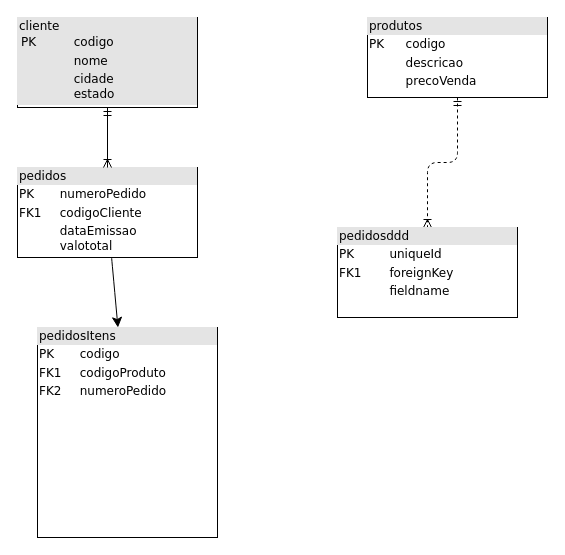
Before: Diagrama sem título.drawio in Ronierys2/diagramas_Tabelas, a draw.io diagram. Source tidied: cells renumbered, new cells numbered last; positions are measured from the earlier drawing's top-left corner, leaving out a move shared by most shapes. Both pictures are drawn from the tidied source at 100%, with x=0, y=0 at pixel (17, 17).
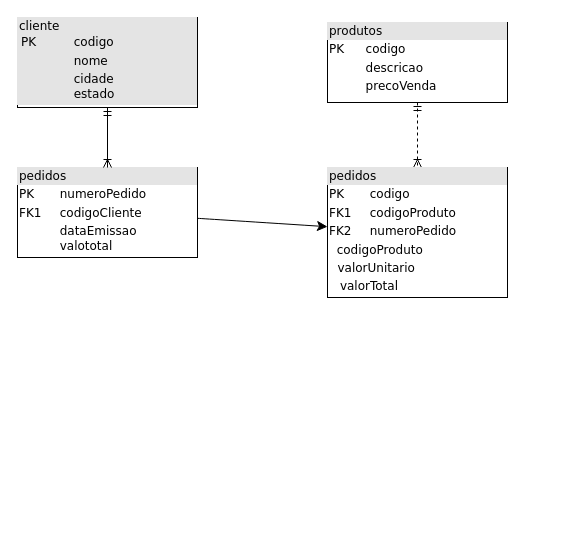
The same page after the edit.

Change to the diagram source:
```diff
@@
 <mxGraphModel>
   <root>
     <mxCell id="0" />
     <mxCell id="1" parent="0" />
     <mxCell id="2" value="&lt;div style=&quot;box-sizing:border-box;width:100%;background:#e4e4e4;padding:2px;&quot;&gt;cliente&lt;table style=&quot;background-color: initial; font-size: 1em; width: 100%;&quot; cellpadding=&quot;2&quot; cellspacing=&quot;0&quot;&gt;&lt;tbody&gt;&lt;tr&gt;&lt;td&gt;PK&lt;/td&gt;&lt;td&gt;codigo&lt;/td&gt;&lt;/tr&gt;&lt;tr&gt;&lt;td&gt;&lt;br&gt;&lt;/td&gt;&lt;td&gt;nome&lt;/td&gt;&lt;/tr&gt;&lt;tr&gt;&lt;td&gt;&lt;/td&gt;&lt;td&gt;cidade&lt;br&gt;estado&lt;/td&gt;&lt;/tr&gt;&lt;/tbody&gt;&lt;/table&gt;&lt;/div&gt;" style="verticalAlign=top;align=left;overflow=fill;html=1;rounded=0;shadow=0;comic=0;labelBackgroundColor=none;strokeWidth=1;fontFamily=Verdana;fontSize=12;" parent="1" vertex="1">
       <mxGeometry width="180" height="90" as="geometry" />
     </mxCell>
-    <mxCell id="3" style="edgeStyle=orthogonalEdgeStyle;html=1;dashed=1;labelBackgroundColor=none;startArrow=ERmandOne;endArrow=ERoneToMany;fontFamily=Verdana;fontSize=12;align=left;" parent="1" edge="1" source="4" target="7">
+    <mxCell id="3" style="edgeStyle=orthogonalEdgeStyle;html=1;dashed=1;labelBackgroundColor=none;startArrow=ERmandOne;endArrow=ERoneToMany;fontFamily=Verdana;fontSize=12;align=left;" parent="1" edge="1" source="4" target="10">
       <mxGeometry relative="1" as="geometry" />
     </mxCell>
     <mxCell id="4" value="&lt;div style=&quot;box-sizing: border-box ; width: 100% ; background: #e4e4e4 ; padding: 2px&quot;&gt;produtos&lt;/div&gt;&lt;table style=&quot;width: 100% ; font-size: 1em&quot; cellpadding=&quot;2&quot; cellspacing=&quot;0&quot;&gt;&lt;tbody&gt;&lt;tr&gt;&lt;td&gt;PK&lt;/td&gt;&lt;td&gt;codigo&lt;/td&gt;&lt;/tr&gt;&lt;tr&gt;&lt;td&gt;&lt;br&gt;&lt;/td&gt;&lt;td&gt;descricao&lt;/td&gt;&lt;/tr&gt;&lt;tr&gt;&lt;td&gt;&lt;/td&gt;&lt;td&gt;precoVenda&lt;/td&gt;&lt;/tr&gt;&lt;tr&gt;&lt;td&gt;&lt;br&gt;&lt;/td&gt;&lt;td&gt;&lt;/td&gt;&lt;/tr&gt;&lt;tr&gt;&lt;td&gt;&lt;/td&gt;&lt;td&gt;&lt;br&gt;&lt;/td&gt;&lt;/tr&gt;&lt;tr&gt;&lt;td&gt;&lt;br&gt;&lt;/td&gt;&lt;td&gt;&lt;br&gt;&lt;/td&gt;&lt;/tr&gt;&lt;/tbody&gt;&lt;/table&gt;" style="verticalAlign=top;align=left;overflow=fill;html=1;rounded=0;shadow=0;comic=0;labelBackgroundColor=none;strokeWidth=1;fontFamily=Verdana;fontSize=12;" parent="1" vertex="1">
-      <mxGeometry x="350" width="180" height="80" as="geometry" />
+      <mxGeometry x="310" y="5" width="180" height="80" as="geometry" />
     </mxCell>
-    <mxCell id="5" style="edgeStyle=none;curved=1;rounded=0;jettySize=auto;html=1;fontSize=12;startSize=8;endSize=8;" parent="1" edge="1" source="6" target="9">
+    <mxCell id="5" style="edgeStyle=none;curved=1;rounded=0;jettySize=auto;html=1;fontSize=12;startSize=8;endSize=8;" parent="1" edge="1" source="6" target="10">
       <mxGeometry relative="1" as="geometry" />
     </mxCell>
     <mxCell id="6" value="&lt;div style=&quot;box-sizing:border-box;width:100%;background:#e4e4e4;padding:2px;&quot;&gt;pedidos&lt;/div&gt;&lt;table style=&quot;width:100%;font-size:1em;&quot; cellpadding=&quot;2&quot; cellspacing=&quot;0&quot;&gt;&lt;tbody&gt;&lt;tr&gt;&lt;td&gt;PK&lt;/td&gt;&lt;td&gt;numeroPedido&lt;/td&gt;&lt;/tr&gt;&lt;tr&gt;&lt;td&gt;FK1&lt;/td&gt;&lt;td&gt;codigoCliente&lt;/td&gt;&lt;/tr&gt;&lt;tr&gt;&lt;td&gt;&lt;/td&gt;&lt;td&gt;dataEmissao&lt;br&gt;valototal&lt;/td&gt;&lt;/tr&gt;&lt;/tbody&gt;&lt;/table&gt;" style="verticalAlign=top;align=left;overflow=fill;html=1;rounded=0;shadow=0;comic=0;labelBackgroundColor=none;strokeWidth=1;fontFamily=Verdana;fontSize=12;" parent="1" vertex="1">
       <mxGeometry y="150" width="180" height="90" as="geometry" />
     </mxCell>
-    <mxCell id="7" value="&lt;div style=&quot;box-sizing:border-box;width:100%;background:#e4e4e4;padding:2px;&quot;&gt;pedidosddd&lt;/div&gt;&lt;table style=&quot;width:100%;font-size:1em;&quot; cellpadding=&quot;2&quot; cellspacing=&quot;0&quot;&gt;&lt;tbody&gt;&lt;tr&gt;&lt;td&gt;PK&lt;/td&gt;&lt;td&gt;uniqueId&lt;/td&gt;&lt;/tr&gt;&lt;tr&gt;&lt;td&gt;FK1&lt;/td&gt;&lt;td&gt;foreignKey&lt;/td&gt;&lt;/tr&gt;&lt;tr&gt;&lt;td&gt;&lt;/td&gt;&lt;td&gt;fieldname&lt;/td&gt;&lt;/tr&gt;&lt;/tbody&gt;&lt;/table&gt;" style="verticalAlign=top;align=left;overflow=fill;html=1;rounded=0;shadow=0;comic=0;labelBackgroundColor=none;strokeWidth=1;fontFamily=Verdana;fontSize=12;" parent="1" vertex="1">
-      <mxGeometry x="320" y="210" width="180" height="90" as="geometry" />
-    </mxCell>
+    <mxCell id="10" value="&lt;div style=&quot;box-sizing:border-box;width:100%;background:#e4e4e4;padding:2px;&quot;&gt;pedidos&lt;/div&gt;&lt;table style=&quot;width:100%;font-size:1em;&quot; cellpadding=&quot;2&quot; cellspacing=&quot;0&quot;&gt;&lt;tbody&gt;&lt;tr&gt;&lt;td&gt;PK&lt;/td&gt;&lt;td&gt;codigo&lt;/td&gt;&lt;/tr&gt;&lt;tr&gt;&lt;td&gt;FK1&lt;/td&gt;&lt;td&gt;codigoProduto&lt;/td&gt;&lt;/tr&gt;&lt;tr&gt;&lt;td&gt;FK2&lt;/td&gt;&lt;td&gt;numeroPedido&lt;br&gt;&lt;/td&gt;&lt;/tr&gt;&lt;/tbody&gt;&lt;/table&gt;&lt;table style=&quot;font-size: 1em; width: 180px;&quot; cellpadding=&quot;2&quot; cellspacing=&quot;0&quot;&gt;&lt;tbody&gt;&lt;tr&gt;&lt;td&gt;&lt;br&gt;&lt;/td&gt;&lt;td&gt;codigoProduto&lt;br&gt;&lt;/td&gt;&lt;/tr&gt;&lt;/tbody&gt;&lt;/table&gt;&lt;table style=&quot;font-size: 1em; width: 180px;&quot; cellpadding=&quot;2&quot; cellspacing=&quot;0&quot;&gt;&lt;tbody&gt;&lt;tr&gt;&lt;td&gt;&lt;br&gt;&lt;/td&gt;&lt;td&gt;valorUnitario&lt;br&gt;&lt;/td&gt;&lt;/tr&gt;&lt;/tbody&gt;&lt;/table&gt;&lt;table style=&quot;font-size: 1em; width: 180px;&quot; cellpadding=&quot;2&quot; cellspacing=&quot;0&quot;&gt;&lt;tbody&gt;&lt;tr&gt;&lt;td&gt;&lt;br&gt;&lt;/td&gt;&lt;td&gt;valorTotal&lt;br&gt;&lt;/td&gt;&lt;/tr&gt;&lt;/tbody&gt;&lt;/table&gt;" style="verticalAlign=top;align=left;overflow=fill;html=1;rounded=0;shadow=0;comic=0;labelBackgroundColor=none;strokeWidth=1;fontFamily=Verdana;fontSize=12;" parent="1" vertex="1">
+      <mxGeometry x="310" y="150" width="180" height="130" as="geometry" />
+    </mxCell>
     <mxCell id="8" style="edgeStyle=orthogonalEdgeStyle;html=1;endArrow=ERoneToMany;startArrow=ERmandOne;labelBackgroundColor=none;fontFamily=Verdana;fontSize=12;align=left;exitX=0.5;exitY=1;entryX=0.5;entryY=0;" parent="1" edge="1" source="2" target="6">
       <mxGeometry relative="1" as="geometry" />
     </mxCell>
-    <mxCell id="9" value="&lt;div style=&quot;box-sizing:border-box;width:100%;background:#e4e4e4;padding:2px;&quot;&gt;pedidosItens&lt;/div&gt;&lt;table style=&quot;width:100%;font-size:1em;&quot; cellpadding=&quot;2&quot; cellspacing=&quot;0&quot;&gt;&lt;tbody&gt;&lt;tr&gt;&lt;td&gt;PK&lt;/td&gt;&lt;td&gt;codigo&lt;/td&gt;&lt;/tr&gt;&lt;tr&gt;&lt;td&gt;FK1&lt;/td&gt;&lt;td&gt;codigoProduto&lt;/td&gt;&lt;/tr&gt;&lt;tr&gt;&lt;td&gt;FK2&lt;/td&gt;&lt;td&gt;numeroPedido&lt;br&gt;&lt;/td&gt;&lt;/tr&gt;&lt;/tbody&gt;&lt;/table&gt;" style="verticalAlign=top;align=left;overflow=fill;html=1;rounded=0;shadow=0;comic=0;labelBackgroundColor=none;strokeWidth=1;fontFamily=Verdana;fontSize=12;" parent="1" vertex="1">
-      <mxGeometry x="20" y="310" width="180" height="210" as="geometry" />
-    </mxCell>
+    <mxCell id="11" style="edgeStyle=none;curved=1;rounded=0;orthogonalLoop=1;jettySize=auto;html=1;entryX=0.5;entryY=0;entryDx=0;entryDy=0;fontSize=12;startSize=8;endSize=8;" parent="1" edge="1" source="10" target="10">
+      <mxGeometry relative="1" as="geometry" />
+    </mxCell>
   </root>
 </mxGraphModel>
```
